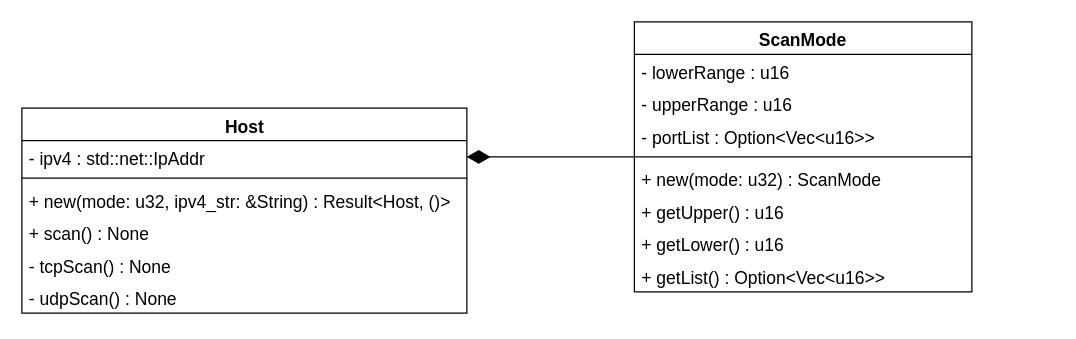
The draw.io diagram workflow/scanner_class.drawio in monsieurjune/GUINetworkScanner, before the edit. Source tidied: cells renumbered, new cells numbered last; positions are measured from the earlier drawing's top-left corner, leaving out a move shared by most shapes. Both pictures are drawn from the tidied source at 125%, with x=0, y=0 at pixel (21, 21).
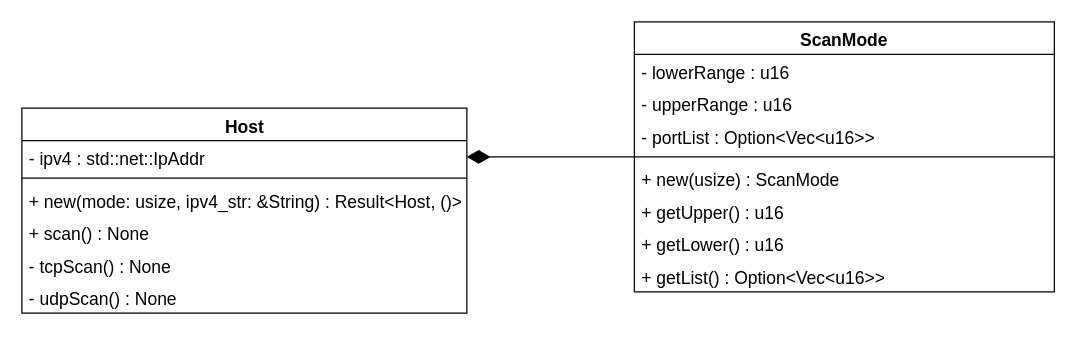
Above is the later version.

Commit message:
Update scanner's classes 2

Change to the diagram source:
```diff
@@
 <mxGraphModel>
   <root>
     <mxCell id="0" />
     <mxCell id="1" parent="0" />
     <mxCell id="2" value="Host" style="swimlane;fontStyle=1;align=center;verticalAlign=top;horizontal=1;startSize=26;strokeColor=default;fontFamily=Helvetica;fontSize=14;fontColor=default;fillColor=none;html=1;" parent="1" vertex="1">
       <mxGeometry y="69" width="356" height="164" as="geometry" />
     </mxCell>
     <mxCell id="3" value="- ipv4 : std::net::IpAddr" style="text;strokeColor=none;fillColor=none;align=left;verticalAlign=top;spacingLeft=4;spacingRight=4;overflow=hidden;points=[[0,0.5],[1,0.5]];portConstraint=eastwest;fontFamily=Helvetica;fontSize=14;fontColor=default;startSize=26;html=1;" parent="2" vertex="1">
       <mxGeometry y="26" width="356" height="26" as="geometry" />
     </mxCell>
     <mxCell id="4" style="line;strokeWidth=1;fillColor=none;align=left;verticalAlign=middle;spacingTop=-1;spacingLeft=3;spacingRight=3;labelPosition=right;strokeColor=inherit;fontFamily=Helvetica;fontSize=14;fontColor=default;startSize=26;html=1;" parent="2" vertex="1">
       <mxGeometry y="52" width="356" height="8" as="geometry" />
     </mxCell>
-    <mxCell id="5" value="+ new(mode: u32, ipv4_str: &amp;amp;String) : Result&amp;lt;Host, ()&amp;gt;" style="text;strokeColor=none;fillColor=none;align=left;verticalAlign=top;spacingLeft=4;spacingRight=4;overflow=hidden;fontFamily=Helvetica;fontSize=14;fontColor=default;startSize=26;html=1;" parent="2" vertex="1">
+    <mxCell id="5" value="+ new(mode: usize, ipv4_str: &amp;amp;String) : Result&amp;lt;Host, ()&amp;gt;" style="text;strokeColor=none;fillColor=none;align=left;verticalAlign=top;spacingLeft=4;spacingRight=4;overflow=hidden;fontFamily=Helvetica;fontSize=14;fontColor=default;startSize=26;html=1;" parent="2" vertex="1">
       <mxGeometry y="60" width="356" height="26" as="geometry" />
     </mxCell>
     <mxCell id="6" value="+ scan() : None" style="text;strokeColor=none;fillColor=none;align=left;verticalAlign=top;spacingLeft=4;spacingRight=4;overflow=hidden;fontFamily=Helvetica;fontSize=14;fontColor=default;startSize=26;html=1;" parent="2" vertex="1">
       <mxGeometry y="86" width="356" height="26" as="geometry" />
     </mxCell>
     <mxCell id="7" value="- tcpScan() : None" style="text;strokeColor=none;fillColor=none;align=left;verticalAlign=top;spacingLeft=4;spacingRight=4;overflow=hidden;fontFamily=Helvetica;fontSize=14;fontColor=default;startSize=26;html=1;" parent="2" vertex="1">
       <mxGeometry y="112" width="356" height="26" as="geometry" />
     </mxCell>
     <mxCell id="8" value="- udpScan() : None" style="text;strokeColor=none;fillColor=none;align=left;verticalAlign=top;spacingLeft=4;spacingRight=4;overflow=hidden;fontFamily=Helvetica;fontSize=14;fontColor=default;startSize=26;html=1;" parent="2" vertex="1">
       <mxGeometry y="138" width="356" height="26" as="geometry" />
     </mxCell>
     <mxCell id="9" style="edgeStyle=none;html=1;entryX=1;entryY=0.5;entryDx=0;entryDy=0;endArrow=diamondThin;endFill=1;endSize=16;fontSize=14;" parent="1" edge="1" source="10" target="3">
       <mxGeometry relative="1" as="geometry" />
     </mxCell>
     <mxCell id="10" value="ScanMode" style="swimlane;fontStyle=1;align=center;verticalAlign=top;horizontal=1;startSize=26;fontSize=14;" parent="1" vertex="1">
-      <mxGeometry x="490" width="270" height="216" as="geometry" />
+      <mxGeometry x="490" width="336" height="216" as="geometry" />
     </mxCell>
     <mxCell id="11" value="- lowerRange : u16" style="text;strokeColor=none;fillColor=none;align=left;verticalAlign=top;spacingLeft=4;spacingRight=4;overflow=hidden;fontSize=14;" parent="10" vertex="1">
-      <mxGeometry y="26" width="270" height="26" as="geometry" />
+      <mxGeometry y="26" width="336" height="26" as="geometry" />
     </mxCell>
     <mxCell id="12" value="- upperRange : u16" style="text;strokeColor=none;fillColor=none;align=left;verticalAlign=top;spacingLeft=4;spacingRight=4;overflow=hidden;fontSize=14;" parent="10" vertex="1">
-      <mxGeometry y="52" width="270" height="26" as="geometry" />
+      <mxGeometry y="52" width="336" height="26" as="geometry" />
     </mxCell>
     <mxCell id="13" value="- portList : Option&lt;Vec&lt;u16&gt;&gt;" style="text;strokeColor=none;fillColor=none;align=left;verticalAlign=top;spacingLeft=4;spacingRight=4;overflow=hidden;fontSize=14;" parent="10" vertex="1">
-      <mxGeometry y="78" width="270" height="26" as="geometry" />
+      <mxGeometry y="78" width="336" height="26" as="geometry" />
     </mxCell>
     <mxCell id="14" style="line;strokeWidth=1;fillColor=none;align=left;verticalAlign=middle;spacingTop=-1;spacingLeft=3;spacingRight=3;labelPosition=right;strokeColor=inherit;fontSize=14;" parent="10" vertex="1">
-      <mxGeometry y="104" width="270" height="8" as="geometry" />
+      <mxGeometry y="104" width="336" height="8" as="geometry" />
     </mxCell>
-    <mxCell id="15" value="+ new(mode: u32) : ScanMode" style="text;strokeColor=none;fillColor=none;align=left;verticalAlign=top;spacingLeft=4;spacingRight=4;overflow=hidden;fontSize=14;" parent="10" vertex="1">
-      <mxGeometry y="112" width="270" height="26" as="geometry" />
+    <mxCell id="15" value="+ new(usize) : ScanMode" style="text;strokeColor=none;fillColor=none;align=left;verticalAlign=top;spacingLeft=4;spacingRight=4;overflow=hidden;fontSize=14;" parent="10" vertex="1">
+      <mxGeometry y="112" width="336" height="26" as="geometry" />
     </mxCell>
     <mxCell id="16" value="+ getUpper() : u16" style="text;strokeColor=none;fillColor=none;align=left;verticalAlign=top;spacingLeft=4;spacingRight=4;overflow=hidden;fontSize=14;" parent="10" vertex="1">
-      <mxGeometry y="138" width="270" height="26" as="geometry" />
+      <mxGeometry y="138" width="336" height="26" as="geometry" />
     </mxCell>
     <mxCell id="17" value="+ getLower() : u16" style="text;strokeColor=none;fillColor=none;align=left;verticalAlign=top;spacingLeft=4;spacingRight=4;overflow=hidden;fontSize=14;" parent="10" vertex="1">
-      <mxGeometry y="164" width="270" height="26" as="geometry" />
+      <mxGeometry y="164" width="336" height="26" as="geometry" />
     </mxCell>
     <mxCell id="18" value="+ getList() : Option&lt;Vec&lt;u16&gt;&gt;" style="text;strokeColor=none;fillColor=none;align=left;verticalAlign=top;spacingLeft=4;spacingRight=4;overflow=hidden;fontSize=14;" parent="10" vertex="1">
-      <mxGeometry y="190" width="270" height="26" as="geometry" />
+      <mxGeometry y="190" width="336" height="26" as="geometry" />
     </mxCell>
   </root>
 </mxGraphModel>
```
